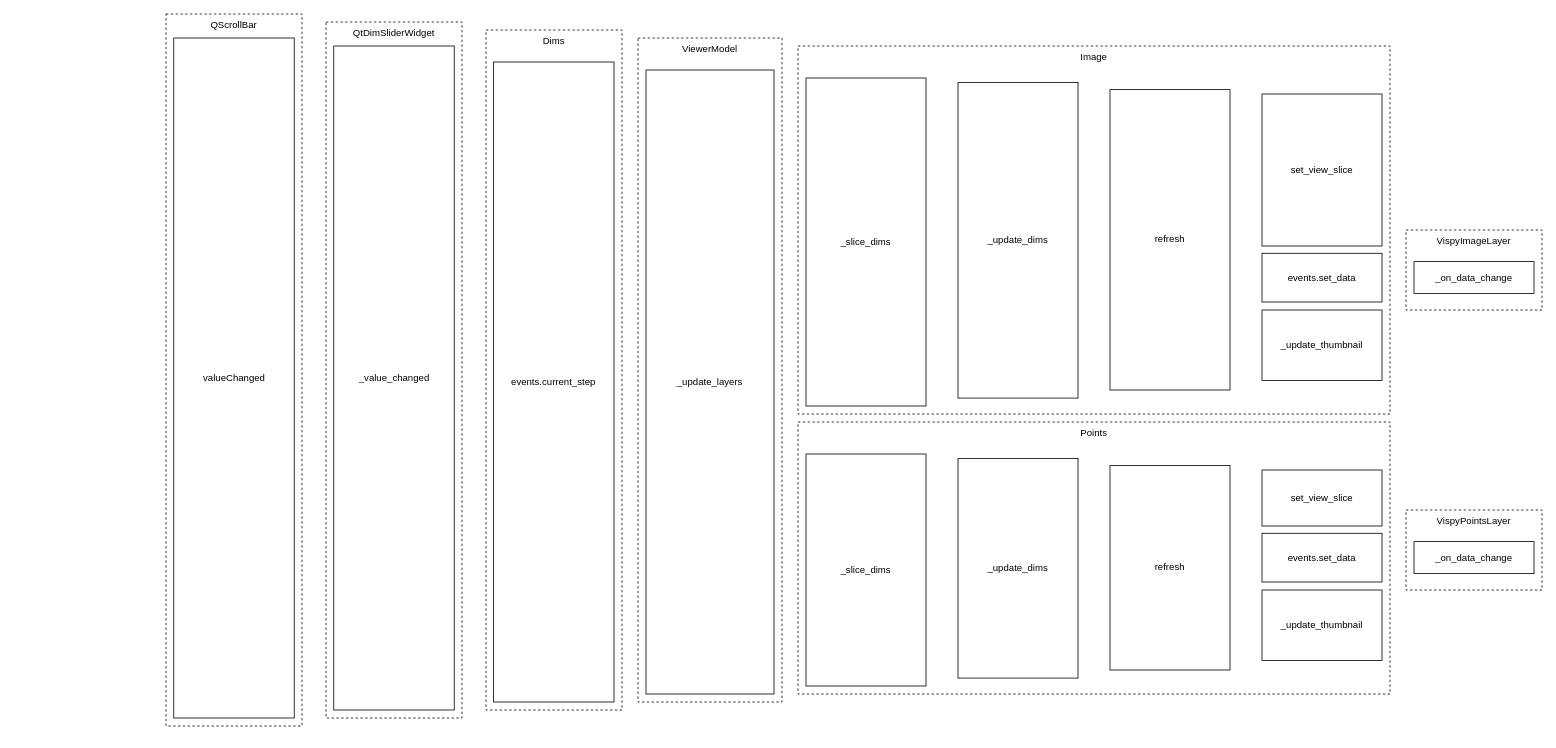
The draw.io diagram napari-slicing-sync-calls.drawio in andy-sweet/napari-diagrams, before the edit. Source tidied: cells renumbered, new cells numbered last; positions are measured from the earlier drawing's top-left corner, leaving out a move shared by most shapes. Both pictures are drawn from the tidied source at 80%, with x=0, y=0 at pixel (166, 14).
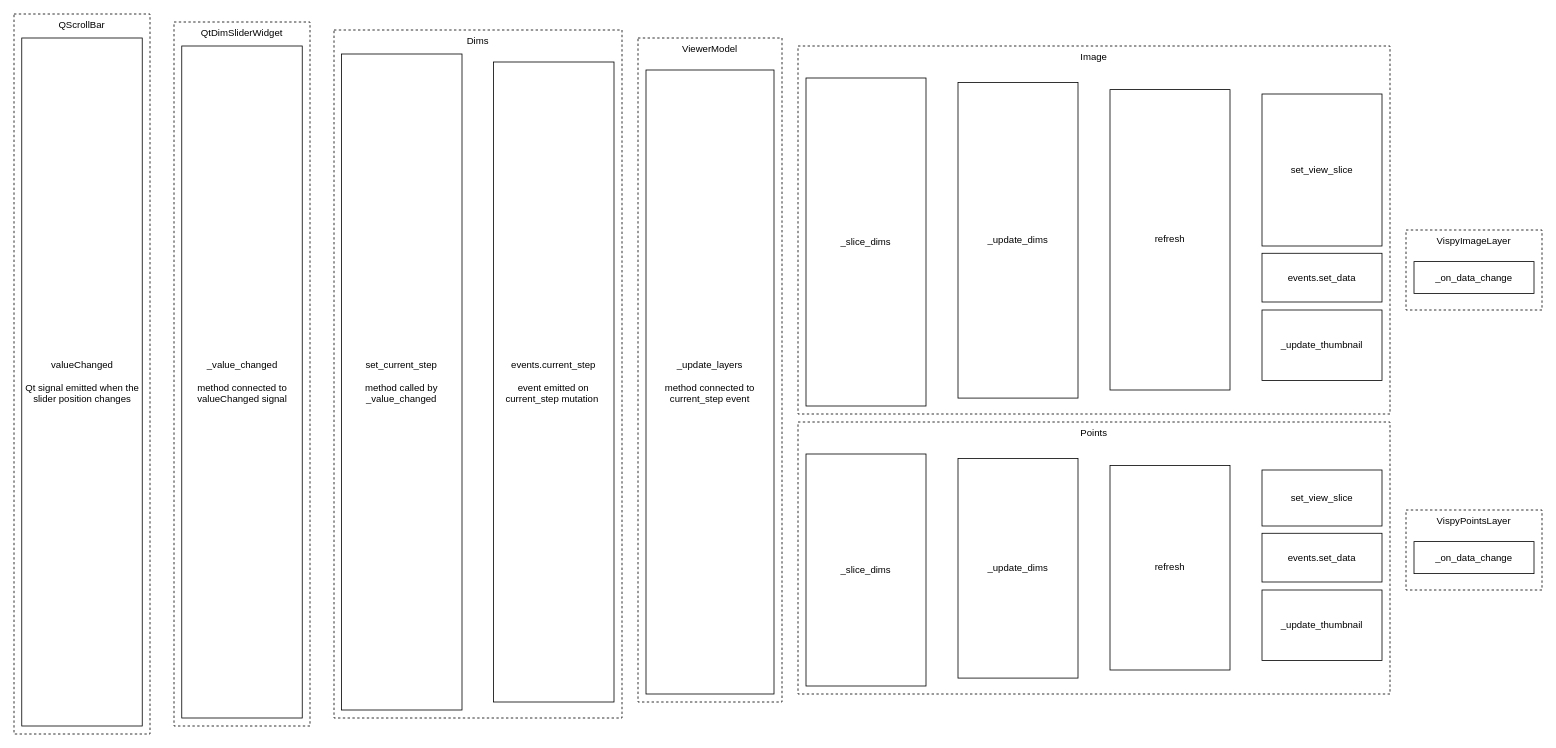
Above is the later version.

Diff of the diagram source:
```diff
@@
-    <mxCell id="9" value="_update_layers" style="rounded=0;whiteSpace=wrap;html=1;" parent="1" vertex="1">
+    <mxCell id="9" value="_update_layers&lt;br&gt;&lt;br&gt;method connected to current_step event" style="rounded=0;whiteSpace=wrap;html=1;" parent="1" vertex="1">
       <mxGeometry x="600" y="70" width="160" height="780" as="geometry" />
     </mxCell>
     <mxCell id="10" value="Dims" style="rounded=0;whiteSpace=wrap;html=1;verticalAlign=top;align=center;spacingLeft=0;spacingTop=0;dashed=1;" parent="1" vertex="1">
-      <mxGeometry x="400" y="20" width="170" height="850" as="geometry" />
+      <mxGeometry x="210" y="20" width="360" height="860" as="geometry" />
     </mxCell>
-    <mxCell id="11" value="events.current_step" style="rounded=0;whiteSpace=wrap;html=1;" parent="1" vertex="1">
+    <mxCell id="11" value="events.current_step&lt;br&gt;&lt;br&gt;event emitted on current_step mutation&amp;nbsp;" style="rounded=0;whiteSpace=wrap;html=1;" parent="1" vertex="1">
       <mxGeometry x="409.4" y="60" width="150.6" height="800" as="geometry" />
     </mxCell>
@@
     <mxCell id="26" value="QtDimSliderWidget" style="rounded=0;whiteSpace=wrap;html=1;verticalAlign=top;align=center;spacingLeft=0;spacingTop=0;dashed=1;" parent="1" vertex="1">
-      <mxGeometry x="200" y="10" width="170" height="870" as="geometry" />
+      <mxGeometry x="10" y="10" width="170" height="880" as="geometry" />
     </mxCell>
-    <mxCell id="27" value="_value_changed" style="rounded=0;whiteSpace=wrap;html=1;" parent="1" vertex="1">
-      <mxGeometry x="209.7" y="40" width="150.6" height="830" as="geometry" />
+    <mxCell id="27" value="_value_changed&lt;br&gt;&lt;br&gt;method connected to valueChanged signal" style="rounded=0;whiteSpace=wrap;html=1;" parent="1" vertex="1">
+      <mxGeometry x="19.7" y="40" width="150.6" height="840" as="geometry" />
     </mxCell>
     <mxCell id="28" value="QScrollBar" style="rounded=0;whiteSpace=wrap;html=1;verticalAlign=top;align=center;spacingLeft=0;spacingTop=0;dashed=1;" parent="1" vertex="1">
-      <mxGeometry width="170" height="890" as="geometry" />
+      <mxGeometry x="-190" width="170" height="900" as="geometry" />
     </mxCell>
-    <mxCell id="29" value="valueChanged" style="rounded=0;whiteSpace=wrap;html=1;" parent="1" vertex="1">
-      <mxGeometry x="9.7" y="30" width="150.6" height="850" as="geometry" />
+    <mxCell id="29" value="valueChanged&lt;br&gt;&lt;br&gt;Qt signal emitted when the slider position changes" style="rounded=0;whiteSpace=wrap;html=1;" parent="1" vertex="1">
+      <mxGeometry x="-180.3" y="30" width="150.6" height="860" as="geometry" />
     </mxCell>
+    <mxCell id="30" value="set_current_step&lt;br&gt;&lt;br&gt;method called by _value_changed" style="rounded=0;whiteSpace=wrap;html=1;" parent="1" vertex="1">
+      <mxGeometry x="219.4" y="50" width="150.6" height="820" as="geometry" />
+    </mxCell>
```
